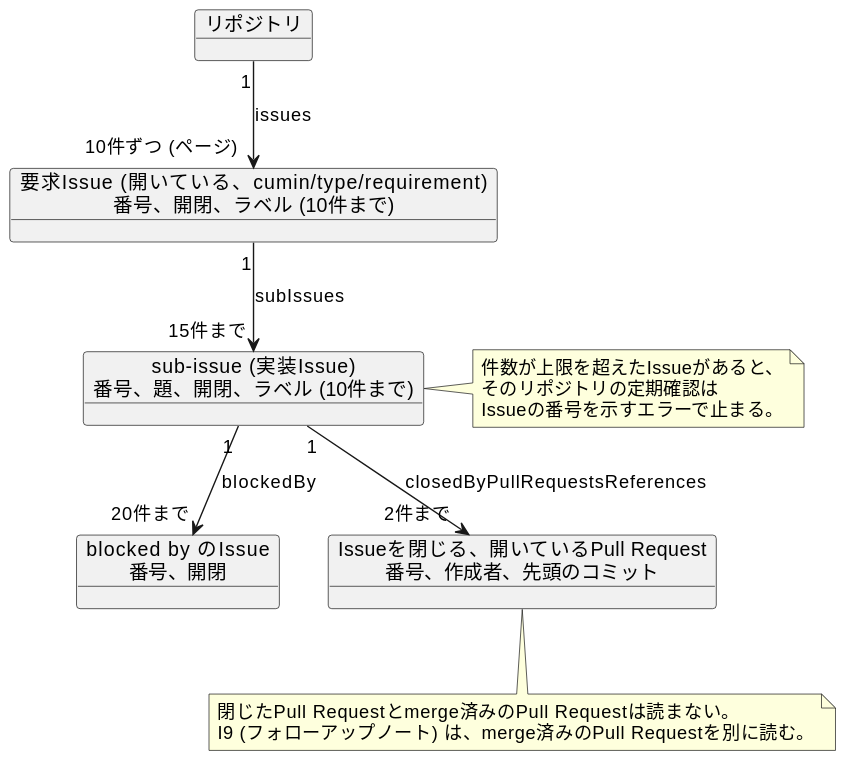
This is docs/ja/designs/poll-snapshot.svg from cloveclovedev/cumin-works, a PlantUML export, as it was before one commit.
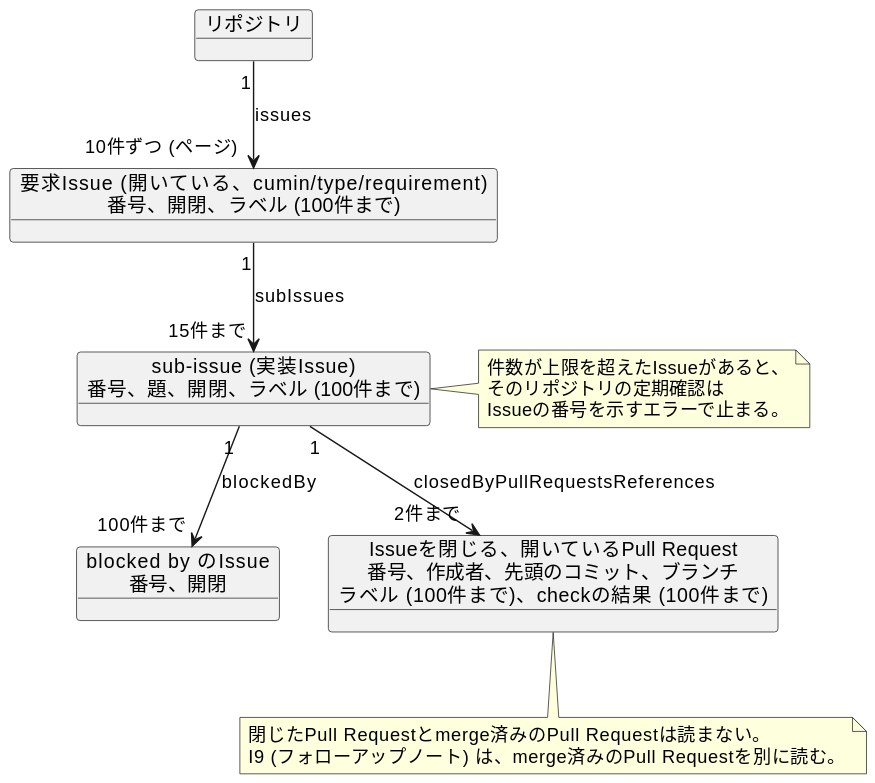
After the commit.

The edit, as a diff of the source:
```diff
@@ -3,14 +3,14 @@
 skinparam defaultFontName sans-serif
 
 object "リポジトリ" as repo
-object "要求Issue (開いている、cumin/type/requirement)\n番号、開閉、ラベル (10件まで)" as req
-object "sub-issue (実装Issue)\n番号、題、開閉、ラベル (10件まで)" as sub
+object "要求Issue (開いている、cumin/type/requirement)\n番号、開閉、ラベル (100件まで)" as req
+object "sub-issue (実装Issue)\n番号、題、開閉、ラベル (100件まで)" as sub
 object "blocked by のIssue\n番号、開閉" as blocker
-object "Issueを閉じる、開いているPull Request\n番号、作成者、先頭のコミット" as pr
+object "Issueを閉じる、開いているPull Request\n番号、作成者、先頭のコミット、ブランチ\nラベル (100件まで)、checkの結果 (100件まで)" as pr
 
 repo "1" --> "10件ずつ (ページ)" req : issues
 req "1" --> "15件まで" sub : subIssues
-sub "1" --> "20件まで" blocker : blockedBy
+sub "1" --> "100件まで" blocker : blockedBy
 sub "1" --> "2件まで" pr : closedByPullRequestsReferences
 
 note bottom of pr
```
